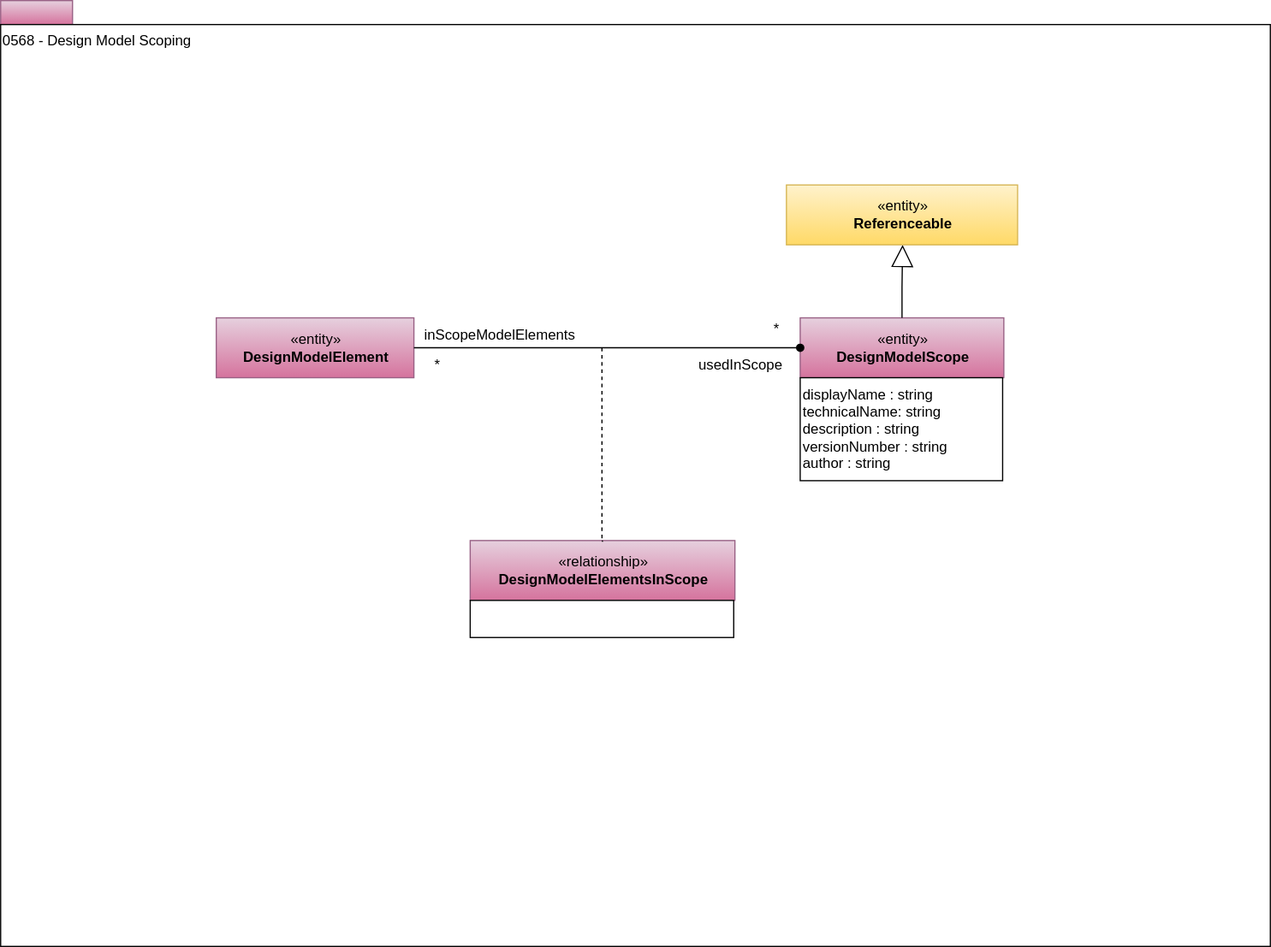
Before: site/docs/types/5/0568-Design-Model-Scoping.svg, a diagram exported from draw.io (odpi/egeria-docs). Source tidied: cells renumbered, new cells last; positions are measured from the earlier drawing's top-left corner, leaving out a move shared by most shapes.
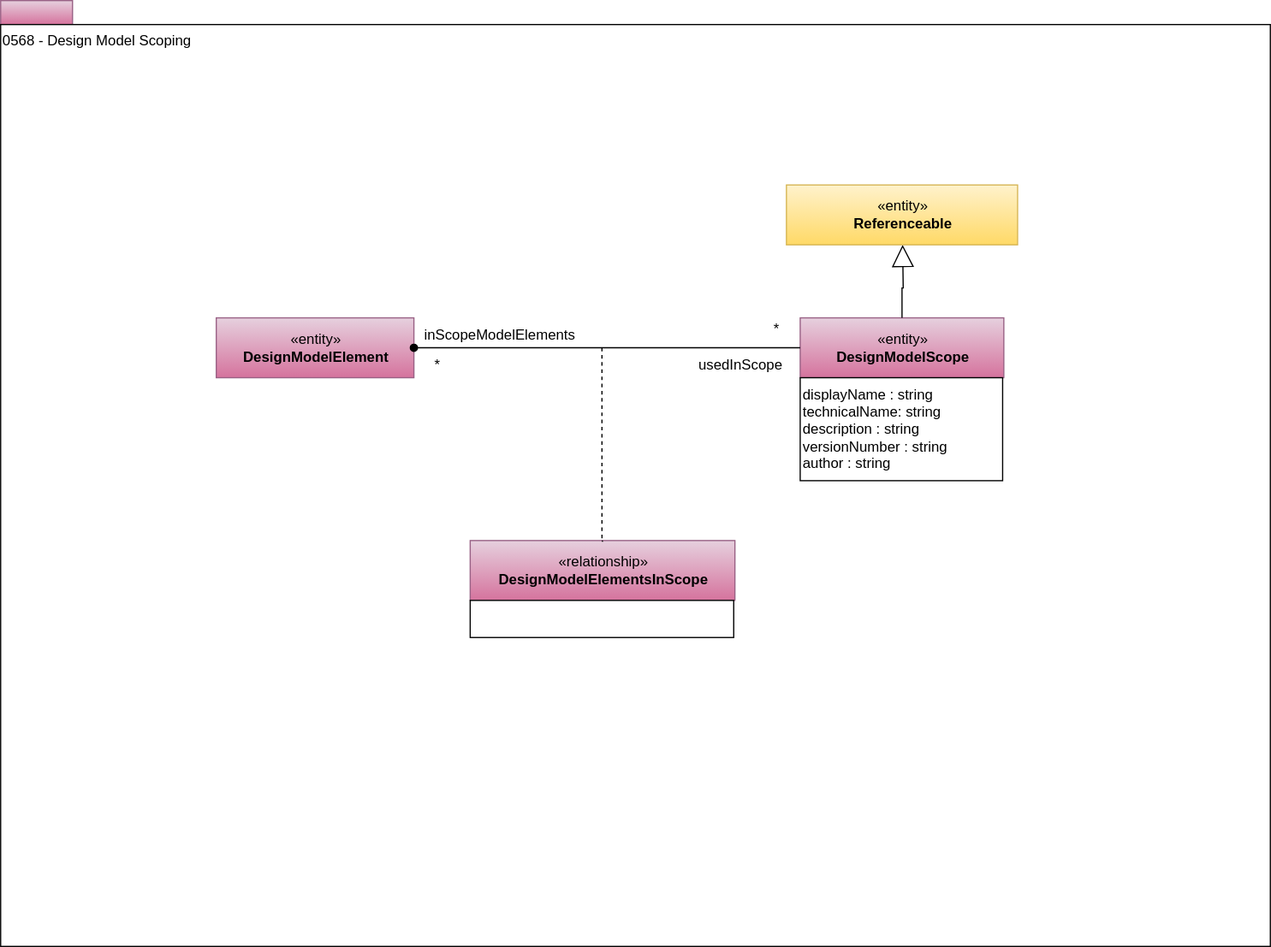
The same file after the commit.

Change to the diagram source:
```diff
@@ -51,7 +51,7 @@
     <mxCell id="15" value="«entity»&lt;br&gt;&lt;b&gt;Referenceable&lt;/b&gt;" style="html=1;strokeColor=#d6b656;align=center;fillColor=#fff2cc;gradientColor=#ffd966;" parent="1" vertex="1">
       <mxGeometry x="656" y="154" width="193" height="50" as="geometry" />
     </mxCell>
-    <mxCell id="16" style="edgeStyle=orthogonalEdgeStyle;rounded=0;jettySize=auto;html=1;exitX=1;exitY=0.5;exitDx=0;exitDy=0;entryX=0;entryY=0.5;entryDx=0;entryDy=0;endArrow=oval;endFill=1;" parent="1" edge="1" source="4" target="12">
+    <mxCell id="16" style="edgeStyle=orthogonalEdgeStyle;rounded=0;jettySize=auto;html=1;exitX=0;exitY=0.5;exitDx=0;exitDy=0;entryX=1;entryY=0.5;entryDx=0;entryDy=0;endArrow=oval;endFill=1;" parent="1" edge="1" source="12" target="4">
       <mxGeometry relative="1" as="geometry" />
     </mxCell>
   </root>
```
